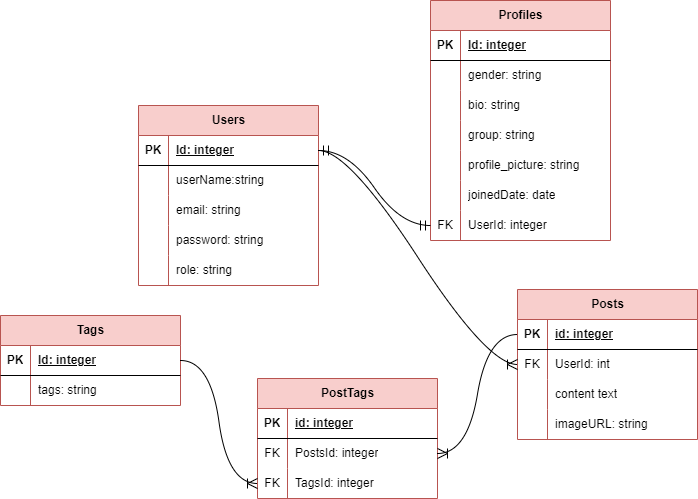
Above: WeBubble.drawio.png in primaaawdn/WeBubble-Hacktiv8-Phase1 (draw.io), before the change. Source tidied: cells renumbered, new cells last; positions are measured from the earlier drawing's top-left corner, leaving out a move shared by most shapes.
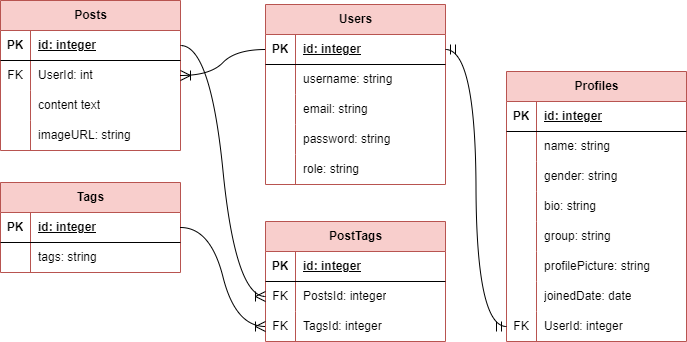
The same file after the commit.

What changed in the source:
```diff
@@ -3,7 +3,7 @@
     <mxCell id="0" />
     <mxCell id="1" parent="0" />
     <mxCell id="2" value="Users" style="shape=table;startSize=30;rowLines=0;fontStyle=1;align=center;html=1;fillColor=#f8cecc;strokeColor=#b85450;" parent="1" vertex="1">
-      <mxGeometry x="138" y="105" width="180" height="180" as="geometry" />
+      <mxGeometry x="277" y="67" width="180" height="180" as="geometry" />
     </mxCell>
     <mxCell id="3" style="shape=tableRow;horizontal=0;startSize=0;swimlaneHead=0;swimlaneBody=0;fillColor=none;points=[[0,0.5],[1,0.5]];portConstraint=eastwest;top=0;left=0;right=0;bottom=1;" parent="2" vertex="1">
       <mxGeometry y="30" width="180" height="30" as="geometry" />
@@ -11,7 +11,7 @@
     <mxCell id="4" value="PK" style="shape=partialRectangle;fillColor=none;top=0;left=0;bottom=0;right=0;fontStyle=1;overflow=hidden;whiteSpace=wrap;html=1;" parent="3" vertex="1">
       <mxGeometry width="30" height="30" as="geometry" />
     </mxCell>
-    <mxCell id="5" value="Id: integer" style="shape=partialRectangle;fillColor=none;top=0;left=0;bottom=0;right=0;align=left;spacingLeft=6;fontStyle=5;overflow=hidden;whiteSpace=wrap;html=1;" parent="3" vertex="1">
+    <mxCell id="5" value="id: integer" style="shape=partialRectangle;fillColor=none;top=0;left=0;bottom=0;right=0;align=left;spacingLeft=6;fontStyle=5;overflow=hidden;whiteSpace=wrap;html=1;" parent="3" vertex="1">
       <mxGeometry x="30" width="150" height="30" as="geometry" />
     </mxCell>
     <mxCell id="6" style="shape=tableRow;horizontal=0;startSize=0;swimlaneHead=0;swimlaneBody=0;fillColor=none;top=0;left=0;right=0;bottom=0;" parent="2" vertex="1">
@@ -20,7 +20,7 @@
     <mxCell id="7" style="shape=partialRectangle;fillColor=none;top=0;left=0;bottom=0;right=0;overflow=hidden;whiteSpace=wrap;html=1;" parent="6" vertex="1">
       <mxGeometry width="30" height="30" as="geometry" />
     </mxCell>
-    <mxCell id="8" value="userName:string" style="shape=partialRectangle;fillColor=none;top=0;left=0;bottom=0;right=0;align=left;spacingLeft=6;overflow=hidden;whiteSpace=wrap;html=1;" parent="6" vertex="1">
+    <mxCell id="8" value="username: string" style="shape=partialRectangle;fillColor=none;top=0;left=0;bottom=0;right=0;align=left;spacingLeft=6;overflow=hidden;whiteSpace=wrap;html=1;" parent="6" vertex="1">
       <mxGeometry x="30" width="150" height="30" as="geometry" />
     </mxCell>
     <mxCell id="9" style="shape=tableRow;horizontal=0;startSize=0;swimlaneHead=0;swimlaneBody=0;fillColor=none;top=0;left=0;right=0;bottom=0;" parent="2" vertex="1">
@@ -51,7 +51,7 @@
       <mxGeometry x="30" width="150" height="30" as="geometry" />
     </mxCell>
     <mxCell id="18" value="Profiles" style="shape=table;startSize=30;rowLines=0;fontStyle=1;align=center;html=1;fillColor=#f8cecc;strokeColor=#b85450;" parent="1" vertex="1">
-      <mxGeometry x="430" width="180" height="240" as="geometry" />
+      <mxGeometry x="518" y="134" width="180" height="270" as="geometry" />
     </mxCell>
     <mxCell id="19" style="shape=tableRow;horizontal=0;startSize=0;swimlaneHead=0;swimlaneBody=0;fillColor=none;top=0;left=0;right=0;bottom=1;" parent="18" vertex="1">
       <mxGeometry y="30" width="180" height="30" as="geometry" />
@@ -59,7 +59,7 @@
     <mxCell id="20" value="PK" style="shape=partialRectangle;fillColor=none;top=0;left=0;bottom=0;right=0;fontStyle=1;overflow=hidden;whiteSpace=wrap;html=1;" parent="19" vertex="1">
       <mxGeometry width="30" height="30" as="geometry" />
     </mxCell>
-    <mxCell id="21" value="Id: integer" style="shape=partialRectangle;fillColor=none;top=0;left=0;bottom=0;right=0;align=left;spacingLeft=6;fontStyle=5;overflow=hidden;whiteSpace=wrap;html=1;" parent="19" vertex="1">
+    <mxCell id="21" value="id: integer" style="shape=partialRectangle;fillColor=none;top=0;left=0;bottom=0;right=0;align=left;spacingLeft=6;fontStyle=5;overflow=hidden;whiteSpace=wrap;html=1;" parent="19" vertex="1">
       <mxGeometry x="30" width="150" height="30" as="geometry" />
     </mxCell>
     <mxCell id="22" style="shape=tableRow;horizontal=0;startSize=0;swimlaneHead=0;swimlaneBody=0;fillColor=none;top=0;left=0;right=0;bottom=0;" parent="18" vertex="1">
@@ -68,11 +68,20 @@
     <mxCell id="23" style="shape=partialRectangle;fillColor=none;top=0;left=0;bottom=0;right=0;overflow=hidden;whiteSpace=wrap;html=1;" parent="22" vertex="1">
       <mxGeometry width="30" height="30" as="geometry" />
     </mxCell>
-    <mxCell id="24" value="gender: string" style="shape=partialRectangle;fillColor=none;top=0;left=0;bottom=0;right=0;align=left;spacingLeft=6;overflow=hidden;whiteSpace=wrap;html=1;" parent="22" vertex="1">
+    <mxCell id="24" value="name: string" style="shape=partialRectangle;fillColor=none;top=0;left=0;bottom=0;right=0;align=left;spacingLeft=6;overflow=hidden;whiteSpace=wrap;html=1;" parent="22" vertex="1">
       <mxGeometry x="30" width="150" height="30" as="geometry" />
     </mxCell>
+    <mxCell id="74" style="shape=tableRow;horizontal=0;startSize=0;swimlaneHead=0;swimlaneBody=0;fillColor=none;top=0;left=0;right=0;bottom=0;" parent="18" vertex="1">
+      <mxGeometry y="90" width="180" height="30" as="geometry" />
+    </mxCell>
+    <mxCell id="75" style="shape=partialRectangle;fillColor=none;top=0;left=0;bottom=0;right=0;overflow=hidden;whiteSpace=wrap;html=1;" parent="74" vertex="1">
+      <mxGeometry width="30" height="30" as="geometry" />
+    </mxCell>
+    <mxCell id="76" value="gender: string" style="shape=partialRectangle;fillColor=none;top=0;left=0;bottom=0;right=0;align=left;spacingLeft=6;overflow=hidden;whiteSpace=wrap;html=1;" parent="74" vertex="1">
+      <mxGeometry x="30" width="150" height="30" as="geometry" />
+    </mxCell>
     <mxCell id="25" style="shape=tableRow;horizontal=0;startSize=0;swimlaneHead=0;swimlaneBody=0;fillColor=none;top=0;left=0;right=0;bottom=0;" parent="18" vertex="1">
-      <mxGeometry y="90" width="180" height="30" as="geometry" />
+      <mxGeometry y="120" width="180" height="30" as="geometry" />
     </mxCell>
     <mxCell id="26" style="shape=partialRectangle;fillColor=none;top=0;left=0;bottom=0;right=0;overflow=hidden;whiteSpace=wrap;html=1;" parent="25" vertex="1">
       <mxGeometry width="30" height="30" as="geometry" />
@@ -81,7 +90,7 @@
       <mxGeometry x="30" width="150" height="30" as="geometry" />
     </mxCell>
     <mxCell id="28" style="shape=tableRow;horizontal=0;startSize=0;swimlaneHead=0;swimlaneBody=0;fillColor=none;top=0;left=0;right=0;bottom=0;" parent="18" vertex="1">
-      <mxGeometry y="120" width="180" height="30" as="geometry" />
+      <mxGeometry y="150" width="180" height="30" as="geometry" />
     </mxCell>
     <mxCell id="29" style="shape=partialRectangle;fillColor=none;top=0;left=0;bottom=0;right=0;overflow=hidden;whiteSpace=wrap;html=1;" parent="28" vertex="1">
       <mxGeometry width="30" height="30" as="geometry" />
@@ -90,16 +99,16 @@
       <mxGeometry x="30" width="150" height="30" as="geometry" />
     </mxCell>
     <mxCell id="31" style="shape=tableRow;horizontal=0;startSize=0;swimlaneHead=0;swimlaneBody=0;fillColor=none;top=0;left=0;right=0;bottom=0;" parent="18" vertex="1">
-      <mxGeometry y="150" width="180" height="30" as="geometry" />
+      <mxGeometry y="180" width="180" height="30" as="geometry" />
     </mxCell>
     <mxCell id="32" style="shape=partialRectangle;fillColor=none;top=0;left=0;bottom=0;right=0;overflow=hidden;whiteSpace=wrap;html=1;" parent="31" vertex="1">
       <mxGeometry width="30" height="30" as="geometry" />
     </mxCell>
-    <mxCell id="33" value="profile_picture: string" style="shape=partialRectangle;fillColor=none;top=0;left=0;bottom=0;right=0;align=left;spacingLeft=6;overflow=hidden;whiteSpace=wrap;html=1;" parent="31" vertex="1">
+    <mxCell id="33" value="profilePicture: string" style="shape=partialRectangle;fillColor=none;top=0;left=0;bottom=0;right=0;align=left;spacingLeft=6;overflow=hidden;whiteSpace=wrap;html=1;" parent="31" vertex="1">
       <mxGeometry x="30" width="150" height="30" as="geometry" />
     </mxCell>
     <mxCell id="34" style="shape=tableRow;horizontal=0;startSize=0;swimlaneHead=0;swimlaneBody=0;fillColor=none;top=0;left=0;right=0;bottom=0;" parent="18" vertex="1">
-      <mxGeometry y="180" width="180" height="30" as="geometry" />
+      <mxGeometry y="210" width="180" height="30" as="geometry" />
     </mxCell>
     <mxCell id="35" style="shape=partialRectangle;fillColor=none;top=0;left=0;bottom=0;right=0;overflow=hidden;whiteSpace=wrap;html=1;" parent="34" vertex="1">
       <mxGeometry width="30" height="30" as="geometry" />
@@ -108,7 +117,7 @@
       <mxGeometry x="30" width="150" height="30" as="geometry" />
     </mxCell>
     <mxCell id="37" style="shape=tableRow;horizontal=0;startSize=0;swimlaneHead=0;swimlaneBody=0;fillColor=none;points=[[0,0.5],[1,0.5]];portConstraint=eastwest;top=0;left=0;right=0;bottom=0;" parent="18" vertex="1">
-      <mxGeometry y="210" width="180" height="30" as="geometry" />
+      <mxGeometry y="240" width="180" height="30" as="geometry" />
     </mxCell>
     <mxCell id="38" value="FK" style="shape=partialRectangle;fillColor=none;top=0;left=0;bottom=0;right=0;overflow=hidden;whiteSpace=wrap;html=1;" parent="37" vertex="1">
       <mxGeometry width="30" height="30" as="geometry" />
@@ -117,7 +126,7 @@
       <mxGeometry x="30" width="150" height="30" as="geometry" />
     </mxCell>
     <mxCell id="40" value="Posts" style="shape=table;startSize=30;rowLines=0;fontStyle=1;align=center;html=1;fillColor=#f8cecc;strokeColor=#b85450;" parent="1" vertex="1">
-      <mxGeometry x="517" y="289" width="180" height="150" as="geometry" />
+      <mxGeometry x="12" y="63" width="180" height="150" as="geometry" />
     </mxCell>
     <mxCell id="41" style="shape=tableRow;horizontal=0;startSize=0;swimlaneHead=0;swimlaneBody=0;fillColor=none;points=[[0,0.5],[1,0.5]];portConstraint=eastwest;top=0;left=0;right=0;bottom=1;" parent="40" vertex="1">
       <mxGeometry y="30" width="180" height="30" as="geometry" />
@@ -158,11 +167,11 @@
     <mxCell id="53" style="edgeStyle=entityRelationEdgeStyle;fontSize=12;html=1;endArrow=ERmandOne;startArrow=ERmandOne;rounded=0;startSize=8;endSize=8;curved=1;exitX=0;exitY=0.5;exitDx=0;exitDy=0;" parent="1" edge="1" source="37" target="3">
       <mxGeometry relative="1" as="geometry" />
     </mxCell>
-    <mxCell id="54" style="edgeStyle=entityRelationEdgeStyle;fontSize=12;html=1;endArrow=ERoneToMany;rounded=0;startSize=8;endSize=8;curved=1;exitX=1;exitY=0.5;exitDx=0;exitDy=0;" parent="1" edge="1" source="3" target="44">
+    <mxCell id="54" style="edgeStyle=entityRelationEdgeStyle;fontSize=12;html=1;endArrow=ERoneToMany;rounded=0;startSize=8;endSize=8;curved=1;exitX=0;exitY=0.5;exitDx=0;exitDy=0;entryX=1;entryY=0.5;entryDx=0;entryDy=0;" parent="1" edge="1" source="3" target="44">
       <mxGeometry relative="1" as="geometry" />
     </mxCell>
     <mxCell id="55" value="Tags" style="shape=table;startSize=30;rowLines=0;fontStyle=1;align=center;html=1;fillColor=#f8cecc;strokeColor=#b85450;" parent="1" vertex="1">
-      <mxGeometry y="315" width="180" height="90" as="geometry" />
+      <mxGeometry x="12" y="245" width="180" height="90" as="geometry" />
     </mxCell>
     <mxCell id="56" style="shape=tableRow;horizontal=0;startSize=0;swimlaneHead=0;swimlaneBody=0;fillColor=none;points=[[0,0.5],[1,0.5]];portConstraint=eastwest;top=0;left=0;right=0;bottom=1;" parent="55" vertex="1">
       <mxGeometry y="30" width="180" height="30" as="geometry" />
@@ -170,7 +179,7 @@
     <mxCell id="57" value="PK" style="shape=partialRectangle;fillColor=none;top=0;left=0;bottom=0;right=0;fontStyle=1;overflow=hidden;whiteSpace=wrap;html=1;" parent="56" vertex="1">
       <mxGeometry width="30" height="30" as="geometry" />
     </mxCell>
-    <mxCell id="58" value="Id: integer" style="shape=partialRectangle;fillColor=none;top=0;left=0;bottom=0;right=0;align=left;spacingLeft=6;fontStyle=5;overflow=hidden;whiteSpace=wrap;html=1;" parent="56" vertex="1">
+    <mxCell id="58" value="id: integer" style="shape=partialRectangle;fillColor=none;top=0;left=0;bottom=0;right=0;align=left;spacingLeft=6;fontStyle=5;overflow=hidden;whiteSpace=wrap;html=1;" parent="56" vertex="1">
       <mxGeometry x="30" width="150" height="30" as="geometry" />
     </mxCell>
     <mxCell id="59" style="shape=tableRow;horizontal=0;startSize=0;swimlaneHead=0;swimlaneBody=0;fillColor=none;top=0;left=0;right=0;bottom=0;" parent="55" vertex="1">
@@ -183,7 +192,7 @@
       <mxGeometry x="30" width="150" height="30" as="geometry" />
     </mxCell>
     <mxCell id="62" value="PostTags" style="shape=table;startSize=30;rowLines=0;fontStyle=1;align=center;html=1;fillColor=#f8cecc;strokeColor=#b85450;" parent="1" vertex="1">
-      <mxGeometry x="257" y="378" width="180" height="120" as="geometry" />
+      <mxGeometry x="277" y="284" width="180" height="120" as="geometry" />
     </mxCell>
     <mxCell id="63" style="shape=tableRow;horizontal=0;startSize=0;swimlaneHead=0;swimlaneBody=0;fillColor=none;top=0;left=0;right=0;bottom=1;" parent="62" vertex="1">
       <mxGeometry y="30" width="180" height="30" as="geometry" />
@@ -215,7 +224,7 @@
     <mxCell id="72" style="edgeStyle=entityRelationEdgeStyle;fontSize=12;html=1;endArrow=ERoneToMany;rounded=0;startSize=8;endSize=8;curved=1;" parent="1" edge="1" source="56" target="69">
       <mxGeometry relative="1" as="geometry" />
     </mxCell>
-    <mxCell id="73" style="edgeStyle=entityRelationEdgeStyle;fontSize=12;html=1;endArrow=ERoneToMany;rounded=0;startSize=8;endSize=8;curved=1;exitX=0;exitY=0.5;exitDx=0;exitDy=0;entryX=1;entryY=0.5;entryDx=0;entryDy=0;" parent="1" edge="1" source="41" target="66">
+    <mxCell id="73" style="edgeStyle=entityRelationEdgeStyle;fontSize=12;html=1;endArrow=ERoneToMany;rounded=0;startSize=8;endSize=8;curved=1;exitX=1;exitY=0.5;exitDx=0;exitDy=0;entryX=0;entryY=0.5;entryDx=0;entryDy=0;" parent="1" edge="1" source="41" target="66">
       <mxGeometry relative="1" as="geometry" />
     </mxCell>
   </root>
```
